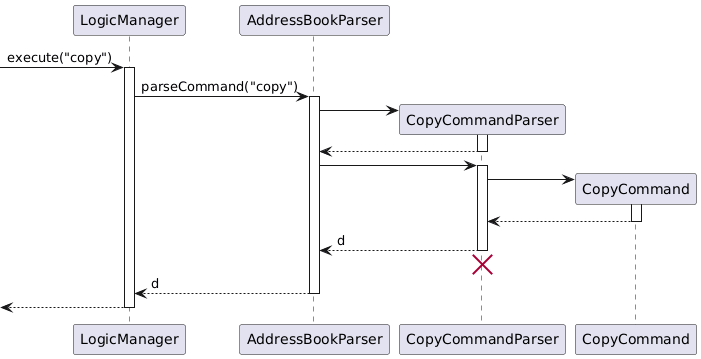
AY2526S1-CS2103-F11-2/tp keeps this PlantUML diagram as docs/images/CopySequenceDiagram.png. Above is the earlier version.
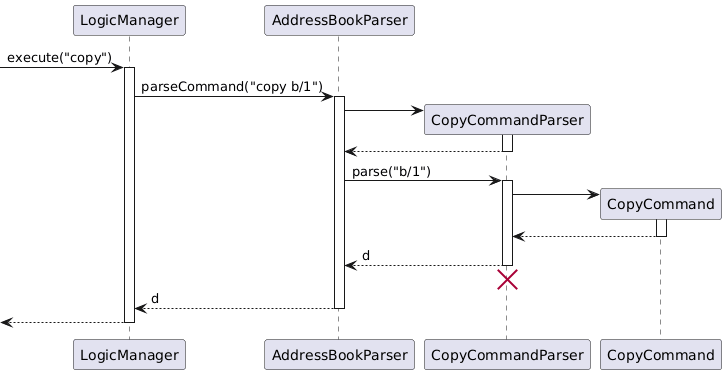
Above is the later version.

Diff of the diagram source:
```diff
@@ -1,11 +1,10 @@
 @startuml
 skinparam ArrowFontStyle plain
-
 
 [-> LogicManager : execute("copy")
 activate LogicManager
 
-LogicManager -> AddressBookParser : parseCommand("copy")
+LogicManager -> AddressBookParser : parseCommand("copy b/1")
 activate AddressBookParser
 
 create CopyCommandParser
@@ -15,7 +14,7 @@
 CopyCommandParser--> AddressBookParser
 deactivate CopyCommandParser
 
-AddressBookParser -> CopyCommandParser
+AddressBookParser -> CopyCommandParser : parse("b/1")
 activate CopyCommandParser
 
 create CopyCommand
```
